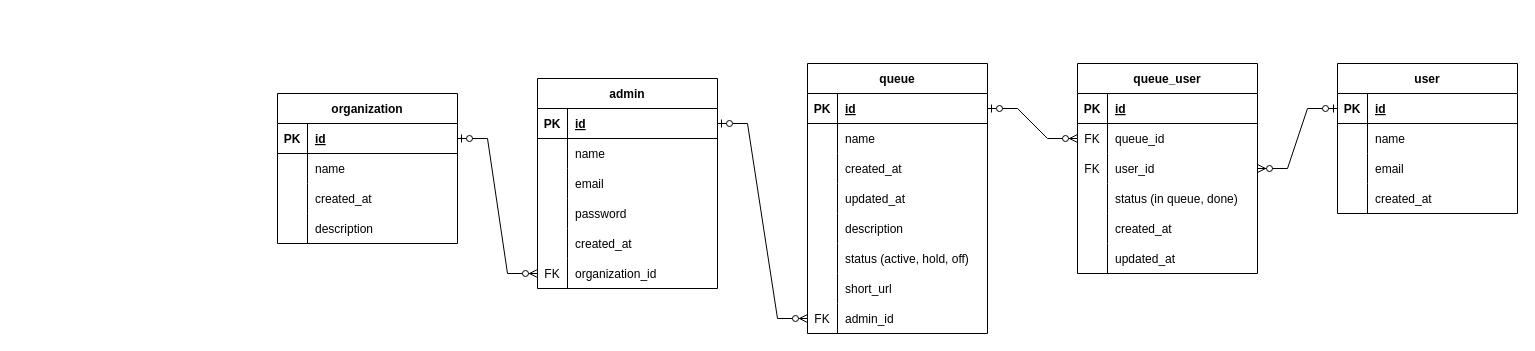
Before: antriin-erd.drawio in firdausraginda/antriin.id, a draw.io diagram. Source tidied: cells renumbered, new cells numbered last; positions are measured from the earlier drawing's top-left corner, leaving out a move shared by most shapes. Both pictures are drawn from the tidied source at 100%, with x=0, y=0 at pixel (277, 63).
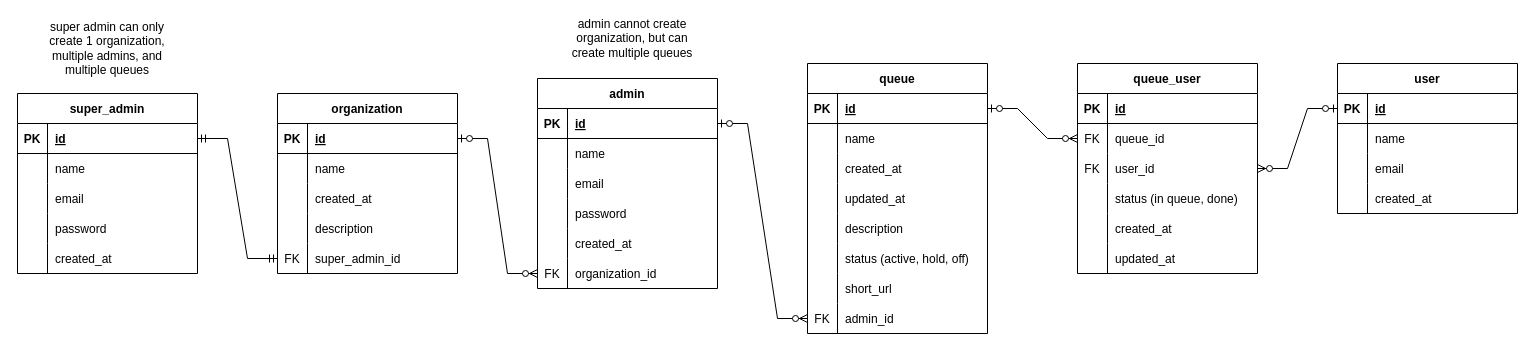
The same page after the edit.

Commit message (it also covers changes not shown here):
create super admin; standardize code

What changed in the source:
```diff
@@
     <mxCell id="46" value="organization" style="shape=table;startSize=30;childLayout=tableLayout;rowLines=0;fontStyle=1;align=center;" parent="1" vertex="1">
-      <mxGeometry y="30" width="180" height="150" as="geometry" />
+      <mxGeometry y="30" width="180" height="180" as="geometry" />
     </mxCell>
@@
+    <mxCell id="95" style="shape=tableRow;horizontal=0;startSize=0;swimlaneHead=0;swimlaneBody=0;fillColor=none;points=[[0,0.5],[1,0.5]];portConstraint=eastwest;top=0;left=0;right=0;bottom=0;" parent="46" vertex="1">
+      <mxGeometry y="150" width="180" height="30" as="geometry" />
+    </mxCell>
+    <mxCell id="96" value="FK" style="shape=partialRectangle;fillColor=none;top=0;left=0;bottom=0;right=0;overflow=hidden;" parent="95" vertex="1">
+      <mxGeometry width="30" height="30" as="geometry" />
+    </mxCell>
+    <mxCell id="97" value="super_admin_id" style="shape=partialRectangle;fillColor=none;top=0;left=0;bottom=0;right=0;align=left;spacingLeft=6;overflow=hidden;" parent="95" vertex="1">
+      <mxGeometry x="30" width="150" height="30" as="geometry" />
+    </mxCell>
@@
+    <mxCell id="98" value="super_admin" style="shape=table;startSize=30;childLayout=tableLayout;rowLines=0;fontStyle=1;align=center;" parent="1" vertex="1">
+      <mxGeometry x="-260" y="30" width="180" height="180" as="geometry" />
+    </mxCell>
+    <mxCell id="99" style="shape=tableRow;horizontal=0;startSize=0;swimlaneHead=0;swimlaneBody=0;fillColor=none;points=[[0,0.5],[1,0.5]];portConstraint=eastwest;top=0;left=0;right=0;bottom=1;" parent="98" vertex="1">
+      <mxGeometry y="30" width="180" height="30" as="geometry" />
+    </mxCell>
+    <mxCell id="100" value="PK" style="shape=partialRectangle;fillColor=none;top=0;left=0;bottom=0;right=0;fontStyle=1;overflow=hidden;" parent="99" vertex="1">
+      <mxGeometry width="30" height="30" as="geometry" />
+    </mxCell>
+    <mxCell id="101" value="id" style="shape=partialRectangle;fillColor=none;top=0;left=0;bottom=0;right=0;align=left;spacingLeft=6;fontStyle=5;overflow=hidden;" parent="99" vertex="1">
+      <mxGeometry x="30" width="150" height="30" as="geometry" />
+    </mxCell>
+    <mxCell id="102" style="shape=tableRow;horizontal=0;startSize=0;swimlaneHead=0;swimlaneBody=0;fillColor=none;top=0;left=0;right=0;bottom=0;" parent="98" vertex="1">
+      <mxGeometry y="60" width="180" height="30" as="geometry" />
+    </mxCell>
+    <mxCell id="103" style="shape=partialRectangle;fillColor=none;top=0;left=0;bottom=0;right=0;overflow=hidden;" parent="102" vertex="1">
+      <mxGeometry width="30" height="30" as="geometry" />
+    </mxCell>
+    <mxCell id="104" value="name" style="shape=partialRectangle;fillColor=none;top=0;left=0;bottom=0;right=0;align=left;spacingLeft=6;overflow=hidden;" parent="102" vertex="1">
+      <mxGeometry x="30" width="150" height="30" as="geometry" />
+    </mxCell>
+    <mxCell id="105" style="shape=tableRow;horizontal=0;startSize=0;swimlaneHead=0;swimlaneBody=0;fillColor=none;top=0;left=0;right=0;bottom=0;" parent="98" vertex="1">
+      <mxGeometry y="90" width="180" height="30" as="geometry" />
+    </mxCell>
+    <mxCell id="106" style="shape=partialRectangle;fillColor=none;top=0;left=0;bottom=0;right=0;overflow=hidden;" parent="105" vertex="1">
+      <mxGeometry width="30" height="30" as="geometry" />
+    </mxCell>
+    <mxCell id="107" value="email" style="shape=partialRectangle;fillColor=none;top=0;left=0;bottom=0;right=0;align=left;spacingLeft=6;overflow=hidden;" parent="105" vertex="1">
+      <mxGeometry x="30" width="150" height="30" as="geometry" />
+    </mxCell>
+    <mxCell id="108" style="shape=tableRow;horizontal=0;startSize=0;swimlaneHead=0;swimlaneBody=0;fillColor=none;top=0;left=0;right=0;bottom=0;" parent="98" vertex="1">
+      <mxGeometry y="120" width="180" height="30" as="geometry" />
+    </mxCell>
+    <mxCell id="109" style="shape=partialRectangle;fillColor=none;top=0;left=0;bottom=0;right=0;overflow=hidden;fontStyle=0;" parent="108" vertex="1">
+      <mxGeometry width="30" height="30" as="geometry" />
+    </mxCell>
+    <mxCell id="110" value="password" style="shape=partialRectangle;fillColor=none;top=0;left=0;bottom=0;right=0;align=left;spacingLeft=6;overflow=hidden;" parent="108" vertex="1">
+      <mxGeometry x="30" width="150" height="30" as="geometry" />
+    </mxCell>
+    <mxCell id="111" style="shape=tableRow;horizontal=0;startSize=0;swimlaneHead=0;swimlaneBody=0;fillColor=none;top=0;left=0;right=0;bottom=0;" parent="98" vertex="1">
+      <mxGeometry y="150" width="180" height="30" as="geometry" />
+    </mxCell>
+    <mxCell id="112" style="shape=partialRectangle;fillColor=none;top=0;left=0;bottom=0;right=0;overflow=hidden;" parent="111" vertex="1">
+      <mxGeometry width="30" height="30" as="geometry" />
+    </mxCell>
+    <mxCell id="113" value="created_at" style="shape=partialRectangle;fillColor=none;top=0;left=0;bottom=0;right=0;align=left;spacingLeft=6;overflow=hidden;" parent="111" vertex="1">
+      <mxGeometry x="30" width="150" height="30" as="geometry" />
+    </mxCell>
+    <mxCell id="114" style="edgeStyle=entityRelationEdgeStyle;fontSize=12;html=1;endArrow=ERmandOne;startArrow=ERmandOne;rounded=0;exitX=1;exitY=0.5;exitDx=0;exitDy=0;entryX=0;entryY=0.5;entryDx=0;entryDy=0;" parent="1" edge="1" source="99" target="95">
+      <mxGeometry relative="1" as="geometry" />
+    </mxCell>
+    <mxCell id="115" value="super admin can only create 1 organization, multiple admins, and multiple queues" style="text;html=1;strokeColor=none;fillColor=none;align=center;verticalAlign=middle;whiteSpace=wrap;rounded=0;" parent="1" vertex="1">
+      <mxGeometry x="-235" y="-30" width="130" height="30" as="geometry" />
+    </mxCell>
+    <mxCell id="116" value="admin cannot create organization, but can create multiple queues" style="text;html=1;strokeColor=none;fillColor=none;align=center;verticalAlign=middle;whiteSpace=wrap;rounded=0;" parent="1" vertex="1">
+      <mxGeometry x="290" y="-40" width="130" height="30" as="geometry" />
+    </mxCell>
```
